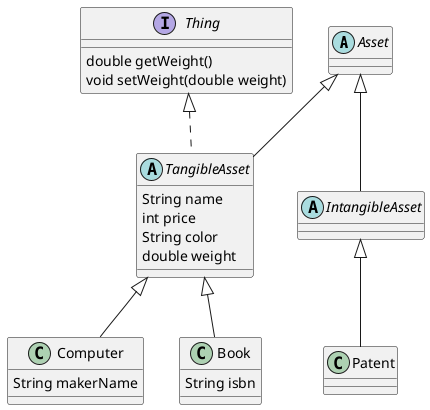
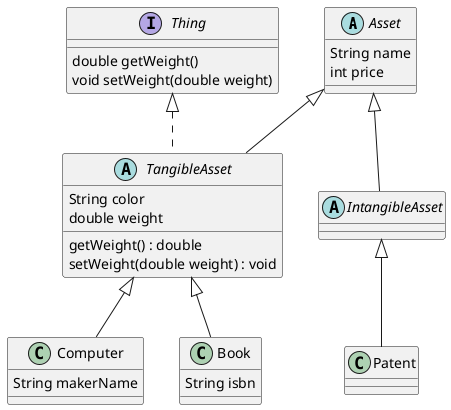
@startuml
'https://plantuml.com/class-diagram

- abstract class Asset
- abstract class TangibleAsset{
+ abstract class Asset{
    String name
    int price
+ }
+ abstract class TangibleAsset{
    String color
    double weight
+     getWeight() : double
+     setWeight(double weight) : void
}
abstract class IntangibleAsset
interface Thing{
    double getWeight()
    void setWeight(double weight)
}
class Computer{
    String makerName
}
class Book{
    String isbn
}
class Patent

Asset <|-- TangibleAsset
Asset <|-- IntangibleAsset
TangibleAsset <|-- Computer
TangibleAsset <|-- Book
IntangibleAsset <|-- Patent
Thing <|.. TangibleAsset

@enduml